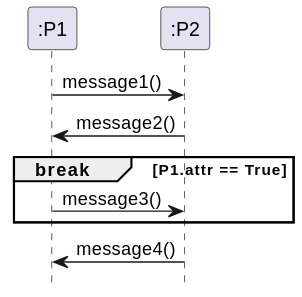
Above: out/plant_uml/breakOperatorExample/breakOperatorExample.svg in gigl-uml/Guide_uml_polymtl (PlantUML), before the change. Source of this version:
```plantuml
@startuml
hide footbox
skinparam backgroundcolor transparent

participant ":P1" as P1
participant ":P2" as P2

P1 -> P2 : message1()
P1 <- P2 : message2()


break P1.attr == True
  P1 -> P2 : message3()
end break

P1 <-P2 : message4()
@enduml
```
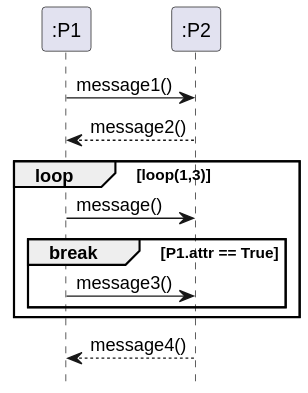
The same file after the commit.

The edit, as a diff of the source:
```diff
@@ -6,12 +6,17 @@
 participant ":P2" as P2
 
 P1 -> P2 : message1()
-P1 <- P2 : message2()
+P2 --> P1 : message2()
 
+loop loop(1,3)
 
-break P1.attr == True
-  P1 -> P2 : message3()
-end break
+  P1 -> P2 : message()
 
-P1 <-P2 : message4()
+  break P1.attr == True
+    P1 -> P2 : message3()
+  end
+
+end
+
+P2 --> P1 : message4()
 @enduml
```
